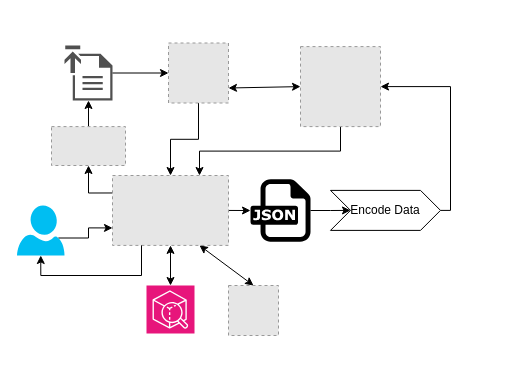
Before: WeaveMint.drawio in AAshu1412/WeaveMint, a draw.io diagram. Source tidied: cells renumbered, new cells numbered last; positions are measured from the earlier drawing's top-left corner, leaving out a move shared by most shapes. Both pictures are drawn from the tidied source at 100%, with x=0, y=0 at pixel (16, 43). Pictures stored in the file or linked from it are replaced by grey dashed boxes.
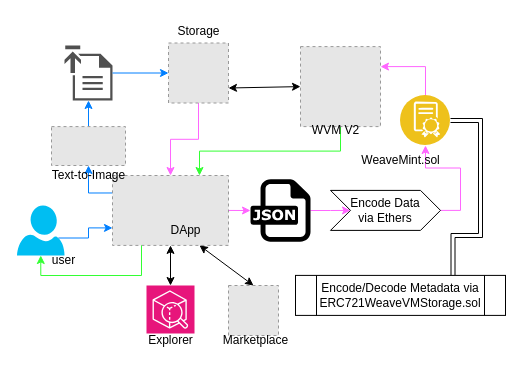
The same page after the edit.

Unchanged cells that the change refers to:
```xml
<mxCell id="3" style="verticalLabelPosition=bottom;html=1;verticalAlign=top;align=center;strokeColor=none;fillColor=#00BEF2;shape=mxgraph.azure.user;" parent="1" vertex="1">
  <mxGeometry x="0.5" y="162" width="47.5" height="50" as="geometry" />
</mxCell>
<mxCell id="5" style="fillColor=#E6E6E6;strokeColor=#999999;dashed=1;verticalLabelPosition=bottom;labelBackgroundColor=default;verticalAlign=top;" parent="1" vertex="1">
  <mxGeometry x="284" y="3.1" width="80" height="80" as="geometry" />
</mxCell>
<mxCell id="7" style="fillColor=#E6E6E6;strokeColor=#999999;dashed=1;verticalLabelPosition=bottom;labelBackgroundColor=default;verticalAlign=top;" parent="1" vertex="1">
  <mxGeometry x="152" y="-0.5" width="60" height="60" as="geometry" />
</mxCell>
<mxCell id="8" style="sketch=0;shadow=0;dashed=0;html=1;strokeColor=none;fillColor=#505050;labelPosition=center;verticalLabelPosition=bottom;verticalAlign=top;outlineConnect=0;align=center;shape=mxgraph.office.concepts.upload;" parent="1" vertex="1">
  <mxGeometry x="48" y="2" width="48" height="55" as="geometry" />
</mxCell>
<mxCell id="12" style="fillColor=#E6E6E6;strokeColor=#999999;dashed=1;verticalLabelPosition=bottom;labelBackgroundColor=default;verticalAlign=top;" parent="1" vertex="1">
  <mxGeometry x="96" y="132" width="116" height="69.9" as="geometry" />
</mxCell>
<mxCell id="16" style="dashed=0;outlineConnect=0;html=1;align=center;labelPosition=center;verticalLabelPosition=bottom;verticalAlign=top;shape=mxgraph.weblogos.json;" parent="1" vertex="1">
  <mxGeometry x="234" y="135.7" width="60" height="62.5" as="geometry" />
</mxCell>
<mxCell id="24" style="fillColor=#E6E6E6;strokeColor=#999999;dashed=1;verticalLabelPosition=bottom;labelBackgroundColor=default;verticalAlign=top;" parent="1" vertex="1">
  <mxGeometry x="35" y="83.1" width="74" height="38.9" as="geometry" />
</mxCell>
```

The edit, as a diff of the source:
```diff
@@
-    <mxCell id="2" style="edgeStyle=orthogonalEdgeStyle;rounded=0;jettySize=auto;html=1;exitX=0.87;exitY=0.65;exitDx=0;exitDy=0;exitPerimeter=0;entryX=0;entryY=0.75;entryDx=0;entryDy=0;" parent="1" edge="1" source="3" target="12">
+    <mxCell id="2" style="edgeStyle=orthogonalEdgeStyle;rounded=0;jettySize=auto;html=1;exitX=0.87;exitY=0.65;exitDx=0;exitDy=0;exitPerimeter=0;entryX=0;entryY=0.75;entryDx=0;entryDy=0;strokeColor=#007FFF;" parent="1" edge="1" source="3" target="12">
       <mxGeometry relative="1" as="geometry" />
     </mxCell>
@@
-    <mxCell id="4" style="edgeStyle=orthogonalEdgeStyle;rounded=0;jettySize=auto;html=1;exitX=0.5;exitY=1;exitDx=0;exitDy=0;entryX=0.75;entryY=0;entryDx=0;entryDy=0;" parent="1" edge="1" source="5" target="12">
+    <mxCell id="4" style="edgeStyle=orthogonalEdgeStyle;rounded=0;jettySize=auto;html=1;exitX=0.5;exitY=1;exitDx=0;exitDy=0;entryX=0.75;entryY=0;entryDx=0;entryDy=0;strokeColor=#33FF33;" parent="1" edge="1" source="5" target="12">
       <mxGeometry relative="1" as="geometry" />
     </mxCell>
@@
-    <mxCell id="6" style="edgeStyle=orthogonalEdgeStyle;rounded=0;jettySize=auto;html=1;exitX=0.5;exitY=1;exitDx=0;exitDy=0;" parent="1" edge="1" source="7" target="12">
+    <mxCell id="6" style="edgeStyle=orthogonalEdgeStyle;rounded=0;jettySize=auto;html=1;exitX=0.5;exitY=1;exitDx=0;exitDy=0;strokeColor=#FF66FF;" parent="1" edge="1" source="7" target="12">
       <mxGeometry relative="1" as="geometry" />
     </mxCell>
@@
-    <mxCell id="9" style="endArrow=classic;html=1;rounded=0;entryX=0;entryY=0.5;entryDx=0;entryDy=0;" parent="1" edge="1" source="8" target="7">
+    <mxCell id="9" style="endArrow=classic;html=1;rounded=0;entryX=0;entryY=0.5;entryDx=0;entryDy=0;strokeColor=#007FFF;" parent="1" edge="1" source="8" target="7">
       <mxGeometry relative="1" as="geometry" />
     </mxCell>
-    <mxCell id="10" style="edgeStyle=orthogonalEdgeStyle;rounded=0;jettySize=auto;html=1;exitX=1;exitY=0.5;exitDx=0;exitDy=0;" parent="1" edge="1" source="12" target="16">
+    <mxCell id="10" style="edgeStyle=orthogonalEdgeStyle;rounded=0;jettySize=auto;html=1;exitX=1;exitY=0.5;exitDx=0;exitDy=0;strokeColor=#FF66FF;" parent="1" edge="1" source="12" target="16">
       <mxGeometry relative="1" as="geometry" />
     </mxCell>
-    <mxCell id="11" style="edgeStyle=orthogonalEdgeStyle;rounded=0;jettySize=auto;html=1;exitX=0;exitY=0.25;exitDx=0;exitDy=0;entryX=0.5;entryY=1;entryDx=0;entryDy=0;" parent="1" edge="1" source="12" target="24">
+    <mxCell id="11" style="edgeStyle=orthogonalEdgeStyle;rounded=0;jettySize=auto;html=1;exitX=0;exitY=0.25;exitDx=0;exitDy=0;entryX=0.5;entryY=1;entryDx=0;entryDy=0;strokeColor=#007FFF;" parent="1" edge="1" source="12" target="24">
       <mxGeometry relative="1" as="geometry" />
     </mxCell>
@@
-    <mxCell id="13" style="edgeStyle=orthogonalEdgeStyle;rounded=0;jettySize=auto;html=1;entryX=0;entryY=0.5;entryDx=0;entryDy=0;" parent="1" edge="1" source="16" target="15">
+    <mxCell id="13" style="edgeStyle=orthogonalEdgeStyle;rounded=0;jettySize=auto;html=1;entryX=0;entryY=0.5;entryDx=0;entryDy=0;strokeColor=#FF66FF;" parent="1" edge="1" source="16" target="15">
       <mxGeometry relative="1" as="geometry" />
     </mxCell>
-    <mxCell id="14" style="edgeStyle=orthogonalEdgeStyle;rounded=0;jettySize=auto;html=1;exitX=1;exitY=0.5;exitDx=0;exitDy=0;entryX=1;entryY=0.5;entryDx=0;entryDy=0;" parent="1" edge="1" source="15" target="5">
-      <mxGeometry relative="1" as="geometry">
-        <Array as="points">
-          <mxPoint x="434" y="167" />
-          <mxPoint x="434" y="43" />
-        </Array>
-      </mxGeometry>
-    </mxCell>
+    <mxCell id="25" style="edgeStyle=orthogonalEdgeStyle;rounded=0;jettySize=auto;html=1;exitX=1;exitY=0.5;exitDx=0;exitDy=0;entryX=0.5;entryY=1;entryDx=0;entryDy=0;strokeColor=#FF66FF;" parent="1" edge="1" source="15" target="27">
+      <mxGeometry relative="1" as="geometry" />
+    </mxCell>
-    <mxCell id="15" value="Encode Data" style="shape=step;perimeter=stepPerimeter;whiteSpace=wrap;html=1;fixedSize=1;" parent="1" vertex="1">
+    <mxCell id="15" value="Encode Data&lt;div&gt;via Ethers&lt;/div&gt;" style="shape=step;perimeter=stepPerimeter;whiteSpace=wrap;html=1;fixedSize=1;" parent="1" vertex="1">
       <mxGeometry x="314" y="146.9" width="110" height="40" as="geometry" />
     </mxCell>
@@
-    <mxCell id="18" style="edgeStyle=orthogonalEdgeStyle;rounded=0;jettySize=auto;html=1;exitX=0.25;exitY=1;exitDx=0;exitDy=0;entryX=0.5;entryY=1;entryDx=0;entryDy=0;entryPerimeter=0;" parent="1" edge="1" source="12" target="3">
+    <mxCell id="18" style="edgeStyle=orthogonalEdgeStyle;rounded=0;jettySize=auto;html=1;exitX=0.25;exitY=1;exitDx=0;exitDy=0;entryX=0.5;entryY=1;entryDx=0;entryDy=0;entryPerimeter=0;strokeColor=#33FF33;" parent="1" edge="1" source="12" target="3">
       <mxGeometry relative="1" as="geometry" />
     </mxCell>
@@
-    <mxCell id="23" style="edgeStyle=orthogonalEdgeStyle;rounded=0;jettySize=auto;html=1;exitX=0.5;exitY=0;exitDx=0;exitDy=0;" parent="1" edge="1" source="24" target="8">
+    <mxCell id="23" style="edgeStyle=orthogonalEdgeStyle;rounded=0;jettySize=auto;html=1;exitX=0.5;exitY=0;exitDx=0;exitDy=0;strokeColor=#007FFF;" parent="1" edge="1" source="24" target="8">
       <mxGeometry relative="1" as="geometry" />
     </mxCell>
@@
+    <mxCell id="26" style="edgeStyle=orthogonalEdgeStyle;rounded=0;jettySize=auto;html=1;exitX=0.5;exitY=0;exitDx=0;exitDy=0;entryX=1;entryY=0.25;entryDx=0;entryDy=0;strokeColor=#FF66FF;" parent="1" edge="1" source="27" target="5">
+      <mxGeometry relative="1" as="geometry" />
+    </mxCell>
+    <mxCell id="27" style="image;perimeter=ellipsePerimeter;html=1;align=center;shadow=0;dashed=0;fontColor=#4277BB;labelBackgroundColor=default;fontSize=12;spacingTop=3;image=img/lib/ibm/blockchain/smart_contract.svg;" parent="1" vertex="1">
+      <mxGeometry x="384" y="52" width="50" height="50" as="geometry" />
+    </mxCell>
+    <mxCell id="28" value="&lt;span style=&quot;text-wrap-mode: wrap;&quot;&gt;WeaveMint.sol&lt;/span&gt;" style="text;html=1;align=center;verticalAlign=middle;strokeColor=none;fillColor=none;" parent="1" vertex="1">
+      <mxGeometry x="334" y="102" width="100" height="30" as="geometry" />
+    </mxCell>
+    <mxCell id="29" value="Text-to-Image" style="text;html=1;align=center;verticalAlign=middle;strokeColor=none;fillColor=none;" parent="1" vertex="1">
+      <mxGeometry x="22" y="116.9" width="100" height="30" as="geometry" />
+    </mxCell>
+    <mxCell id="30" value="user" style="text;html=1;align=center;verticalAlign=middle;strokeColor=none;fillColor=none;" parent="1" vertex="1">
+      <mxGeometry x="22" y="201.9" width="50" height="30" as="geometry" />
+    </mxCell>
+    <mxCell id="31" value="Explorer" style="text;html=1;align=center;verticalAlign=middle;strokeColor=none;fillColor=none;" parent="1" vertex="1">
+      <mxGeometry x="119" y="282" width="70" height="30" as="geometry" />
+    </mxCell>
+    <mxCell id="32" value="Marketplace" style="text;html=1;align=center;verticalAlign=middle;strokeColor=none;fillColor=none;" parent="1" vertex="1">
+      <mxGeometry x="194" y="282" width="90" height="30" as="geometry" />
+    </mxCell>
+    <mxCell id="33" value="DApp" style="text;html=1;align=center;verticalAlign=middle;strokeColor=none;fillColor=none;" parent="1" vertex="1">
+      <mxGeometry x="144" y="172" width="50" height="30" as="geometry" />
+    </mxCell>
+    <mxCell id="34" value="WVM V2" style="text;html=1;align=center;verticalAlign=middle;strokeColor=none;fillColor=none;" parent="1" vertex="1">
+      <mxGeometry x="284" y="72" width="70" height="30" as="geometry" />
+    </mxCell>
+    <mxCell id="35" style="edgeStyle=orthogonalEdgeStyle;rounded=0;jettySize=auto;html=1;exitX=0.75;exitY=0;exitDx=0;exitDy=0;entryX=1;entryY=0.5;entryDx=0;entryDy=0;shape=link;" parent="1" edge="1" source="36" target="27">
+      <mxGeometry relative="1" as="geometry">
+        <Array as="points">
+          <mxPoint x="437" y="192" />
+          <mxPoint x="464" y="192" />
+          <mxPoint x="464" y="77" />
+        </Array>
+      </mxGeometry>
+    </mxCell>
+    <mxCell id="36" value="Encode/Decode Metadata via ERC721WeaveVMStorage.sol" style="shape=process;whiteSpace=wrap;html=1;backgroundOutline=1;" parent="1" vertex="1">
+      <mxGeometry x="279" y="231.9" width="210" height="40" as="geometry" />
+    </mxCell>
+    <mxCell id="37" value="Storage" style="text;html=1;align=center;verticalAlign=middle;strokeColor=none;fillColor=none;" parent="1" vertex="1">
+      <mxGeometry x="147" y="-26.9" width="70" height="30" as="geometry" />
+    </mxCell>
```
